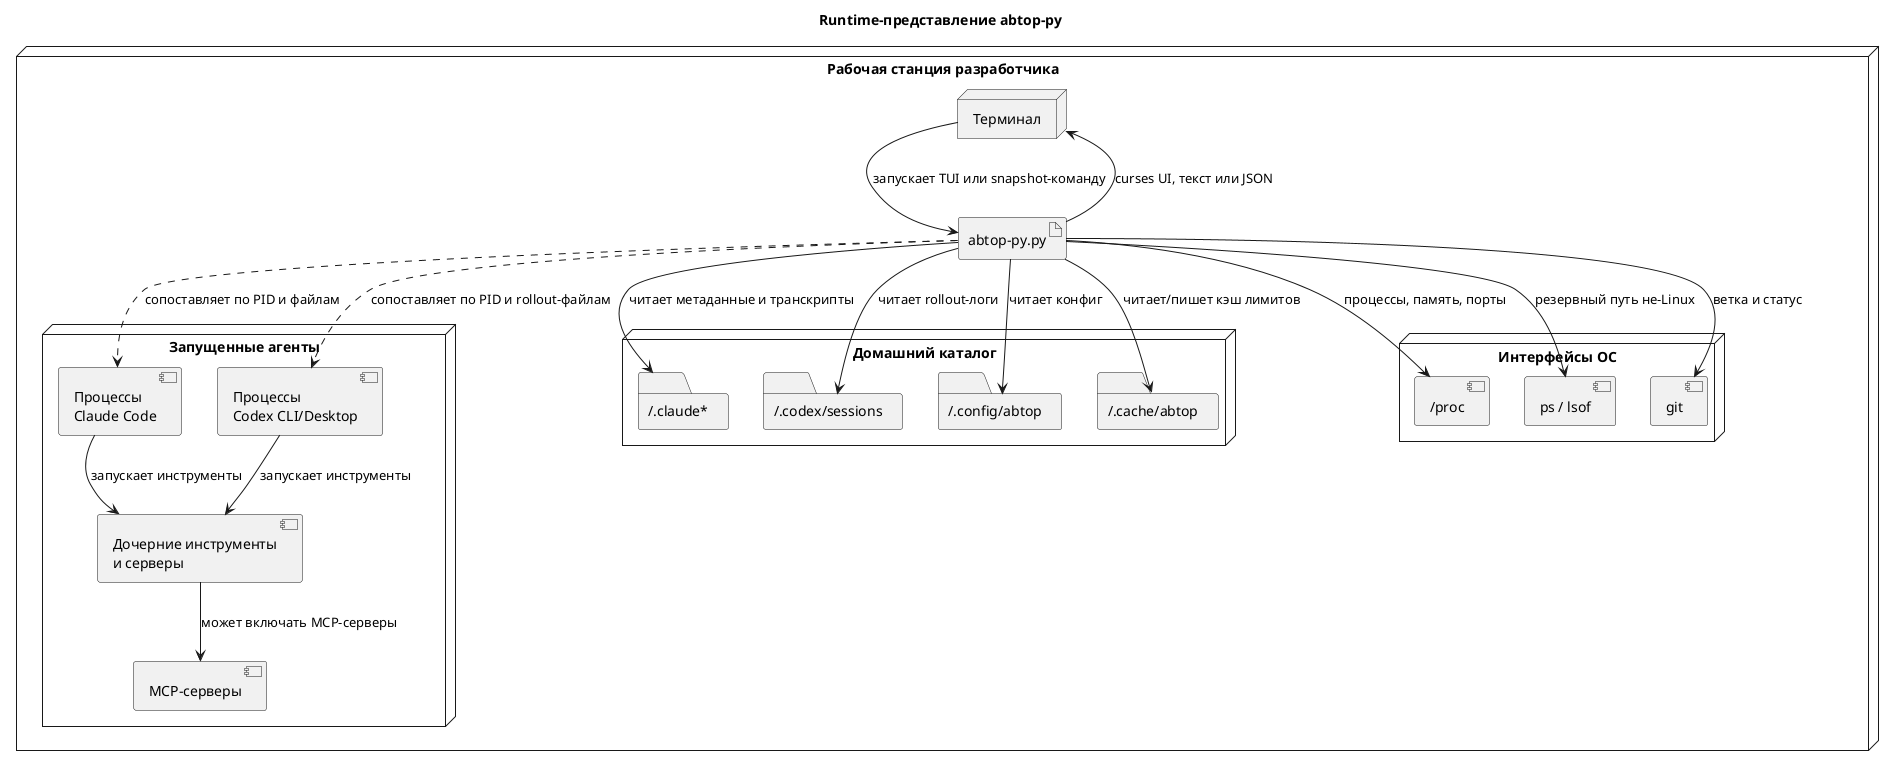
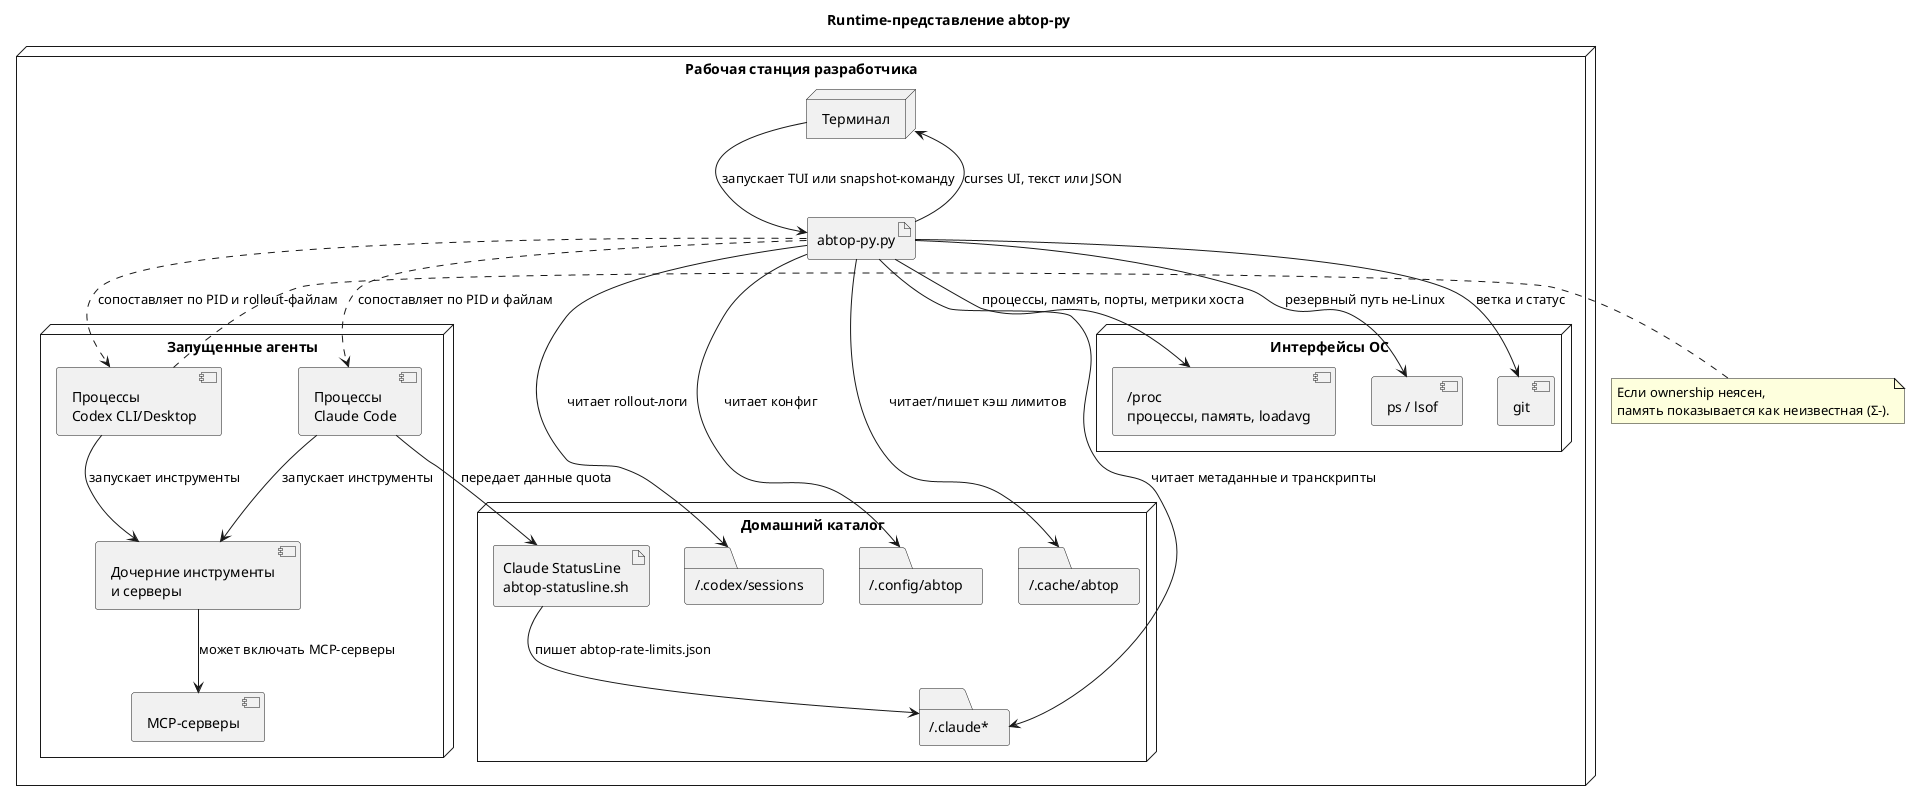
@startuml
title Runtime-представление abtop-py

skinparam shadowing false

node "Рабочая станция разработчика" as Host {
  node "Терминал" as Terminal
  artifact "abtop-py.py" as App

  node "Запущенные агенты" as Agents {
    component "Процессы\nClaude Code" as ClaudeProc
    component "Процессы\nCodex CLI/Desktop" as CodexProc
    component "Дочерние инструменты\nи серверы" as ChildProc
    component "MCP-серверы" as McpProc
  }

  node "Домашний каталог" as Home {
    folder "~/.claude*" as ClaudeFiles
    folder "~/.codex/sessions" as CodexFiles
    folder "~/.config/abtop" as ConfigFiles
    folder "~/.cache/abtop" as CacheFiles
+     artifact "Claude StatusLine\nabtop-statusline.sh" as StatusLine
  }

  node "Интерфейсы ОС" as OS {
-     component "/proc" as ProcFs
+     component "/proc\nпроцессы, память, loadavg" as ProcFs
    component "ps / lsof" as PsLsof
    component "git" as Git
  }
}

Terminal --> App : запускает TUI или snapshot-команду
App --> ClaudeFiles : читает метаданные и транскрипты
App --> CodexFiles : читает rollout-логи
App --> ConfigFiles : читает конфиг
App --> CacheFiles : читает/пишет кэш лимитов
- App --> ProcFs : процессы, память, порты
+ App --> ProcFs : процессы, память, порты, метрики хоста
App --> PsLsof : резервный путь не-Linux
App --> Git : ветка и статус
App --> Terminal : curses UI, текст или JSON

+ ClaudeProc --> StatusLine : передает данные quota
+ StatusLine --> ClaudeFiles : пишет abtop-rate-limits.json
ClaudeProc --> ChildProc : запускает инструменты
CodexProc --> ChildProc : запускает инструменты
ChildProc --> McpProc : может включать MCP-серверы
App ..> ClaudeProc : сопоставляет по PID и файлам
App ..> CodexProc : сопоставляет по PID и rollout-файлам
+ note right of CodexProc
+ Если ownership неясен,
+ память показывается как неизвестная (Σ-).
+ end note
@enduml
